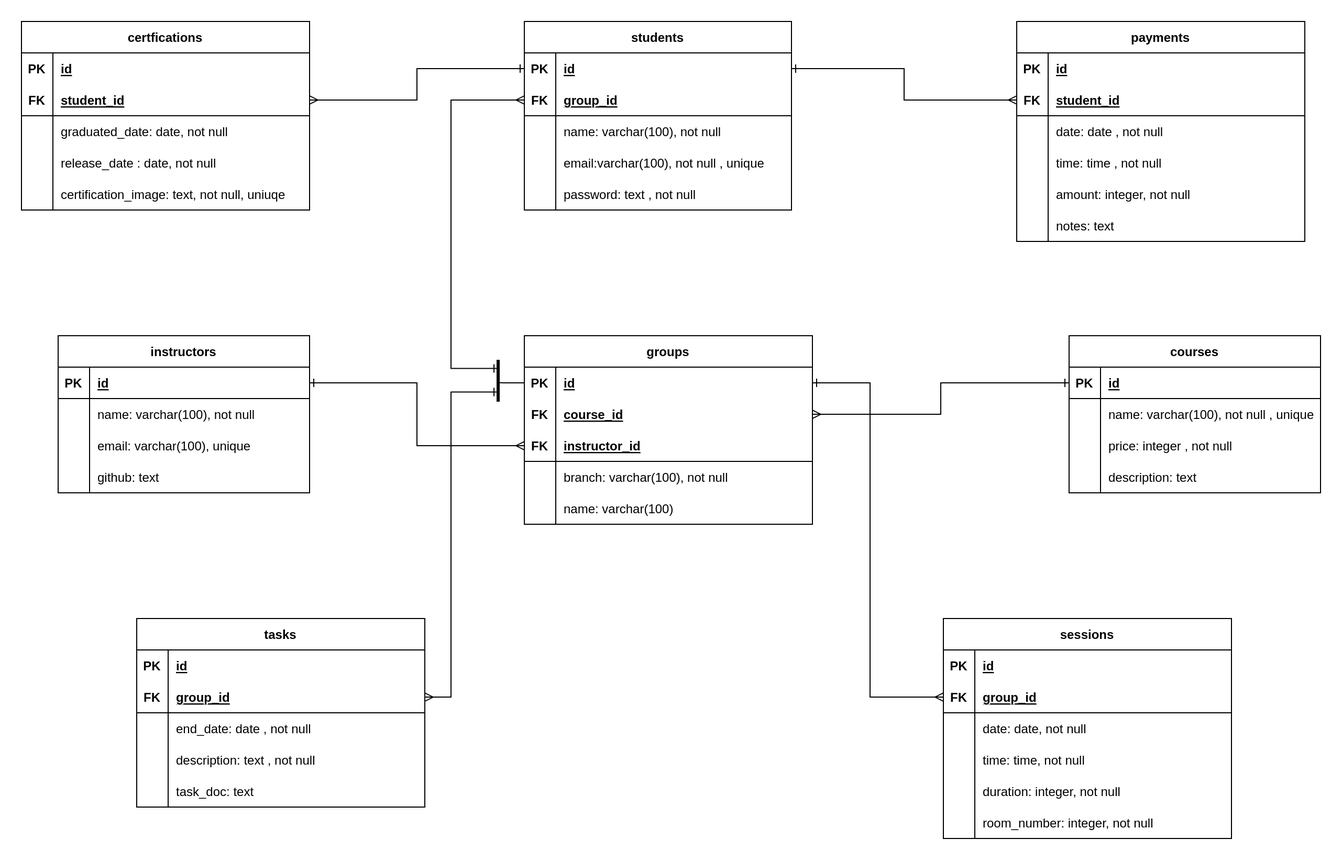
This is eraasoft/diagrams/images/schema.png from khaledfathi/docs, a draw.io export, as it was before one commit. Source tidied: cells renumbered, new cells last; positions are measured from the earlier drawing's top-left corner, leaving out a move shared by most shapes.
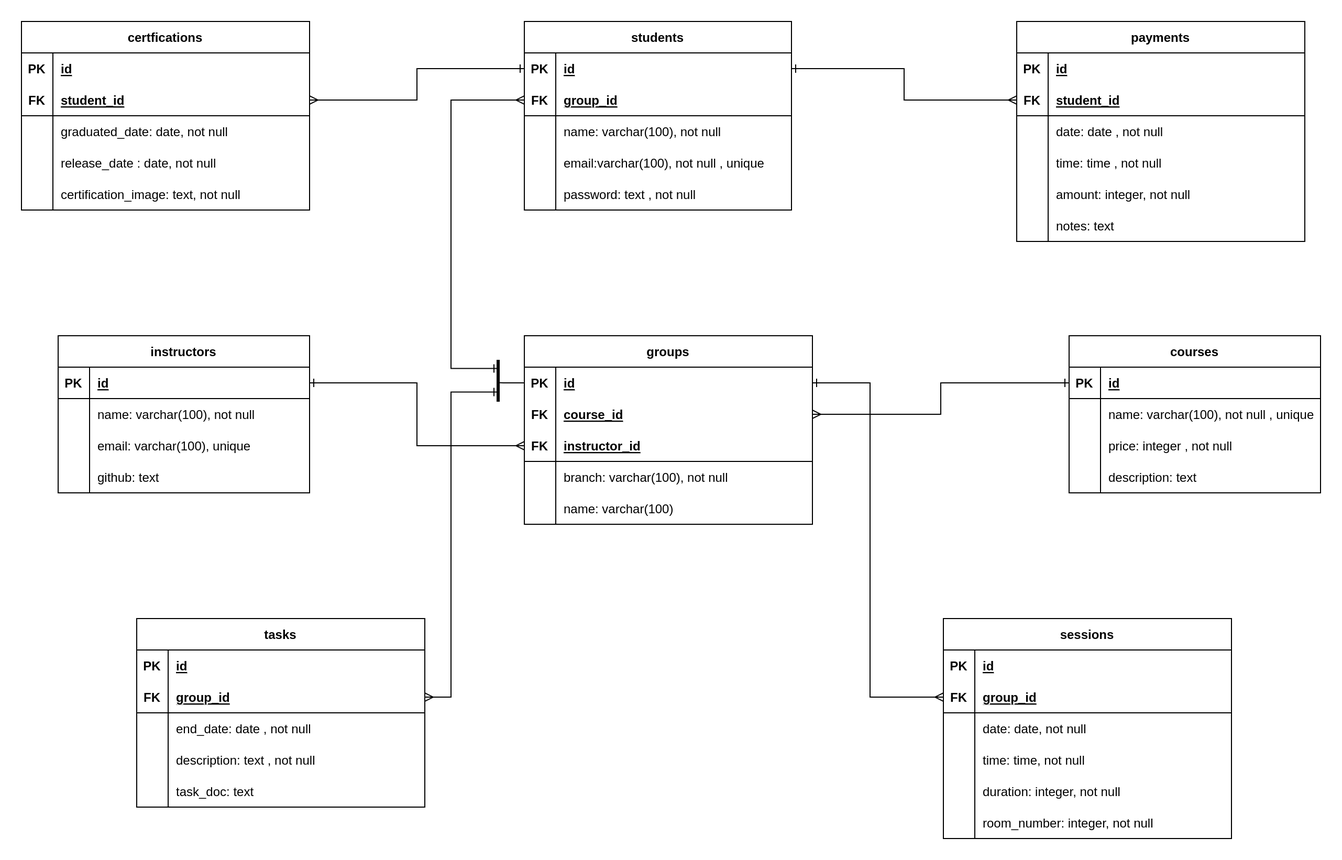
Above is the later version.

What changed in the source:
```diff
@@ -173,7 +173,7 @@
     <mxCell id="58" style="shape=partialRectangle;fillColor=none;top=0;left=0;bottom=0;right=0;overflow=hidden;" parent="57" vertex="1">
       <mxGeometry width="30" height="30" as="geometry" />
     </mxCell>
-    <mxCell id="59" value="certification_image: text, not null, uniuqe" style="shape=partialRectangle;fillColor=none;top=0;left=0;bottom=0;right=0;align=left;spacingLeft=6;overflow=hidden;" parent="57" vertex="1">
+    <mxCell id="59" value="certification_image: text, not null" style="shape=partialRectangle;fillColor=none;top=0;left=0;bottom=0;right=0;align=left;spacingLeft=6;overflow=hidden;" parent="57" vertex="1">
       <mxGeometry x="30" width="245" height="30" as="geometry" />
     </mxCell>
     <mxCell id="60" value="sessions" style="shape=table;startSize=30;rowLines=0;fontStyle=1;align=center;" parent="1" vertex="1">
```
